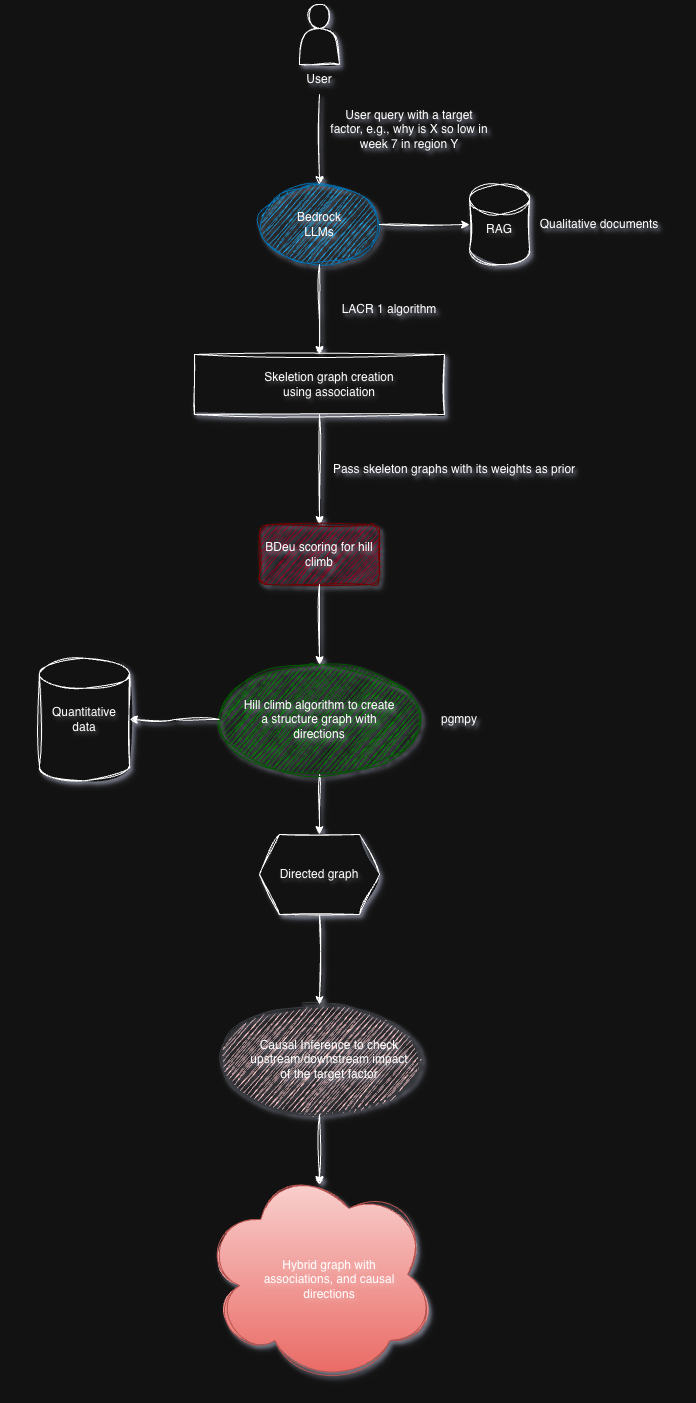
Earlier version of the draw.io export docs/causalif_flow_arch.png (awslabs/causalif). Source tidied: cells renumbered, new cells last; positions are measured from the earlier drawing's top-left corner, leaving out a move shared by most shapes.
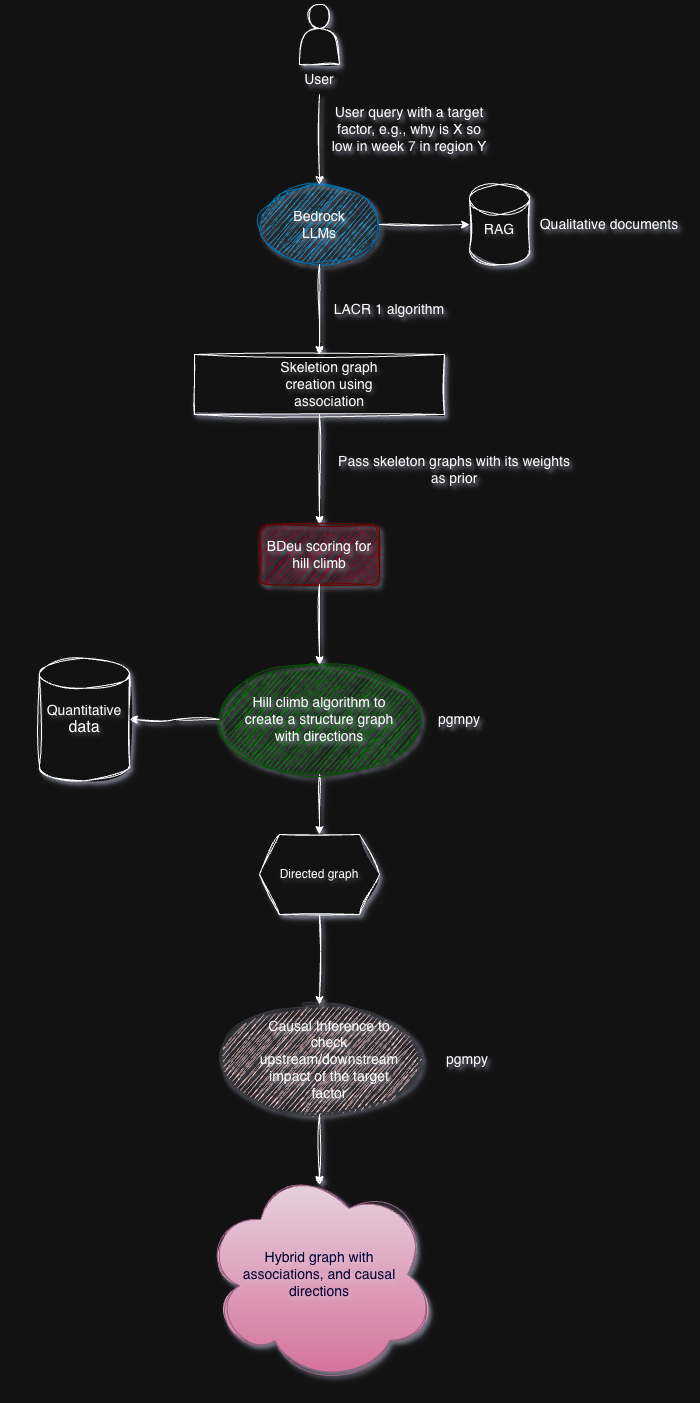
The same file after the commit.

The edit, as a diff of the source:
```diff
@@ -17,7 +17,7 @@
     <mxCell id="6" style="rounded=0;whiteSpace=wrap;html=1;textShadow=1;sketch=1;curveFitting=1;jiggle=2;shadow=1;" parent="1" vertex="1">
       <mxGeometry x="190" y="350" width="250" height="60" as="geometry" />
     </mxCell>
-    <mxCell id="7" value="Skeletion graph creation using association" style="text;html=1;whiteSpace=wrap;strokeColor=none;fillColor=none;align=center;verticalAlign=middle;rounded=0;textShadow=1;sketch=1;curveFitting=1;jiggle=2;shadow=1;" parent="1" vertex="1">
+    <mxCell id="7" value="&lt;font style=&quot;font-size: 14px;&quot;&gt;Skeletion graph creation using association&lt;/font&gt;" style="text;html=1;whiteSpace=wrap;strokeColor=none;fillColor=none;align=center;verticalAlign=middle;rounded=0;textShadow=1;sketch=1;curveFitting=1;jiggle=2;shadow=1;" parent="1" vertex="1">
       <mxGeometry x="255" y="365" width="140" height="30" as="geometry" />
     </mxCell>
     <mxCell id="8" style="shape=actor;whiteSpace=wrap;html=1;textShadow=1;sketch=1;curveFitting=1;jiggle=2;shadow=1;" parent="1" vertex="1">
@@ -28,7 +28,7 @@
         <mxPoint x="315" y="180" as="targetPoint" />
       </mxGeometry>
     </mxCell>
-    <mxCell id="10" value="User" style="text;html=1;whiteSpace=wrap;strokeColor=none;fillColor=none;align=center;verticalAlign=middle;rounded=0;textShadow=1;sketch=1;curveFitting=1;jiggle=2;shadow=1;" parent="1" vertex="1">
+    <mxCell id="10" value="&lt;font style=&quot;font-size: 14px;&quot;&gt;User&lt;/font&gt;" style="text;html=1;whiteSpace=wrap;strokeColor=none;fillColor=none;align=center;verticalAlign=middle;rounded=0;textShadow=1;sketch=1;curveFitting=1;jiggle=2;shadow=1;" parent="1" vertex="1">
       <mxGeometry x="285" y="60" width="60" height="30" as="geometry" />
     </mxCell>
     <mxCell id="11" style="edgeStyle=orthogonalEdgeStyle;rounded=0;jettySize=auto;html=1;entryX=0.5;entryY=0;entryDx=0;entryDy=0;textShadow=1;sketch=1;curveFitting=1;jiggle=2;shadow=1;" parent="1" edge="1" target="6">
@@ -36,19 +36,19 @@
         <mxPoint x="315" y="260" as="sourcePoint" />
       </mxGeometry>
     </mxCell>
-    <mxCell id="12" value="Bedrock LLMs" style="text;html=1;whiteSpace=wrap;strokeColor=none;fillColor=none;align=center;verticalAlign=middle;rounded=0;textShadow=1;sketch=1;curveFitting=1;jiggle=2;shadow=1;" parent="1" vertex="1">
+    <mxCell id="12" value="&lt;font style=&quot;font-size: 14px;&quot;&gt;Bedrock LLMs&lt;/font&gt;" style="text;html=1;whiteSpace=wrap;strokeColor=none;fillColor=none;align=center;verticalAlign=middle;rounded=0;textShadow=1;sketch=1;curveFitting=1;jiggle=2;shadow=1;" parent="1" vertex="1">
       <mxGeometry x="285" y="205" width="60" height="30" as="geometry" />
     </mxCell>
-    <mxCell id="13" value="LACR 1 algorithm" style="text;html=1;whiteSpace=wrap;strokeColor=none;fillColor=none;align=center;verticalAlign=middle;rounded=0;textShadow=1;sketch=1;curveFitting=1;jiggle=2;shadow=1;" parent="1" vertex="1">
+    <mxCell id="13" value="&lt;font style=&quot;font-size: 14px;&quot;&gt;LACR 1 algorithm&lt;/font&gt;" style="text;html=1;whiteSpace=wrap;strokeColor=none;fillColor=none;align=center;verticalAlign=middle;rounded=0;textShadow=1;sketch=1;curveFitting=1;jiggle=2;shadow=1;" parent="1" vertex="1">
       <mxGeometry x="305" y="290" width="160" height="30" as="geometry" />
     </mxCell>
     <mxCell id="14" style="edgeStyle=orthogonalEdgeStyle;rounded=0;jettySize=auto;html=1;entryX=0.5;entryY=0;entryDx=0;entryDy=0;textShadow=1;sketch=1;curveFitting=1;jiggle=2;shadow=1;" parent="1" edge="1" source="6" target="15">
       <mxGeometry relative="1" as="geometry" />
     </mxCell>
-    <mxCell id="15" value="BDeu scoring for hill climb" style="rounded=1;whiteSpace=wrap;html=1;textShadow=1;sketch=1;curveFitting=1;jiggle=2;shadow=1;fillColor=#a20025;fontColor=#ffffff;strokeColor=#6F0000;" parent="1" vertex="1">
+    <mxCell id="15" value="&lt;font style=&quot;font-size: 14px;&quot;&gt;BDeu scoring for hill climb&lt;/font&gt;" style="rounded=1;whiteSpace=wrap;html=1;textShadow=1;sketch=1;curveFitting=1;jiggle=2;shadow=1;fillColor=#a20025;fontColor=#ffffff;strokeColor=#6F0000;" parent="1" vertex="1">
       <mxGeometry x="255" y="520" width="120" height="60" as="geometry" />
     </mxCell>
-    <mxCell id="16" value="Pass skeleton graphs with its weights as prior" style="text;html=1;whiteSpace=wrap;strokeColor=none;fillColor=none;align=center;verticalAlign=middle;rounded=0;textShadow=1;sketch=1;curveFitting=1;jiggle=2;shadow=1;" parent="1" vertex="1">
+    <mxCell id="16" value="&lt;font style=&quot;font-size: 14px;&quot;&gt;Pass skeleton graphs with its weights as prior&lt;/font&gt;" style="text;html=1;whiteSpace=wrap;strokeColor=none;fillColor=none;align=center;verticalAlign=middle;rounded=0;textShadow=1;sketch=1;curveFitting=1;jiggle=2;shadow=1;" parent="1" vertex="1">
       <mxGeometry x="325" y="450" width="250" height="30" as="geometry" />
     </mxCell>
     <mxCell id="17" style="edgeStyle=orthogonalEdgeStyle;rounded=0;jettySize=auto;html=1;entryX=0.5;entryY=0;entryDx=0;entryDy=0;entryPerimeter=0;textShadow=1;sketch=1;curveFitting=1;jiggle=2;shadow=1;" parent="1" edge="1" source="15">
@@ -62,13 +62,13 @@
     <mxCell id="19" value="Directed graph" style="shape=hexagon;perimeter=hexagonPerimeter2;whiteSpace=wrap;html=1;fixedSize=1;textShadow=1;sketch=1;curveFitting=1;jiggle=2;shadow=1;" parent="1" vertex="1">
       <mxGeometry x="255" y="830" width="120" height="80" as="geometry" />
     </mxCell>
-    <mxCell id="20" style="ellipse;shape=cloud;whiteSpace=wrap;html=1;textShadow=1;sketch=1;curveFitting=1;jiggle=2;shadow=1;fillColor=#f8cecc;strokeColor=#b85450;gradientColor=#ea6b66;" parent="1" vertex="1">
+    <mxCell id="20" style="ellipse;shape=cloud;whiteSpace=wrap;html=1;textShadow=1;sketch=1;curveFitting=1;jiggle=2;shadow=1;fillColor=#e6d0de;strokeColor=#996185;gradientColor=#d5739d;" parent="1" vertex="1">
       <mxGeometry x="197.5" y="1160" width="235" height="220" as="geometry" />
     </mxCell>
-    <mxCell id="21" value="Causal Inference to check upstream/downstream impact of the target factor" style="text;html=1;whiteSpace=wrap;strokeColor=none;fillColor=none;align=center;verticalAlign=middle;rounded=0;textShadow=1;sketch=1;curveFitting=1;jiggle=2;shadow=1;" parent="1" vertex="1">
+    <mxCell id="21" value="&lt;font style=&quot;font-size: 14px;&quot;&gt;Causal Inference to check upstream/downstream impact of the target factor&lt;/font&gt;" style="text;html=1;whiteSpace=wrap;strokeColor=none;fillColor=none;align=center;verticalAlign=middle;rounded=0;textShadow=1;sketch=1;curveFitting=1;jiggle=2;shadow=1;" parent="1" vertex="1">
       <mxGeometry x="245" y="1040" width="160" height="30" as="geometry" />
     </mxCell>
-    <mxCell id="22" value="User query with a target factor, e.g., why is X so low in week 7 in region Y" style="text;html=1;whiteSpace=wrap;strokeColor=none;fillColor=none;align=center;verticalAlign=middle;rounded=0;textShadow=1;sketch=1;curveFitting=1;jiggle=2;shadow=1;" parent="1" vertex="1">
+    <mxCell id="22" value="&lt;font style=&quot;font-size: 14px;&quot;&gt;User query with a target factor, e.g., why is X so low in week 7 in region Y&lt;/font&gt;" style="text;html=1;whiteSpace=wrap;strokeColor=none;fillColor=none;align=center;verticalAlign=middle;rounded=0;textShadow=1;sketch=1;curveFitting=1;jiggle=2;shadow=1;" parent="1" vertex="1">
       <mxGeometry x="325" y="110" width="160" height="30" as="geometry" />
     </mxCell>
     <mxCell id="23" style="shape=cylinder3;whiteSpace=wrap;html=1;boundedLbl=1;backgroundOutline=1;size=15;textShadow=1;sketch=1;curveFitting=1;jiggle=2;shadow=1;" parent="1" vertex="1">
@@ -79,11 +79,11 @@
         <mxPoint x="375" y="220" as="sourcePoint" />
       </mxGeometry>
     </mxCell>
-    <mxCell id="25" value="RAG" style="text;html=1;whiteSpace=wrap;strokeColor=none;fillColor=none;align=center;verticalAlign=middle;rounded=0;textShadow=1;sketch=1;curveFitting=1;jiggle=2;shadow=1;" parent="1" vertex="1">
+    <mxCell id="25" value="&lt;font style=&quot;font-size: 14px;&quot;&gt;RAG&lt;/font&gt;" style="text;html=1;whiteSpace=wrap;strokeColor=none;fillColor=none;align=center;verticalAlign=middle;rounded=0;textShadow=1;sketch=1;curveFitting=1;jiggle=2;shadow=1;" parent="1" vertex="1">
       <mxGeometry x="465" y="210" width="60" height="30" as="geometry" />
     </mxCell>
-    <mxCell id="26" value="Qualitative documents" style="text;html=1;whiteSpace=wrap;strokeColor=none;fillColor=none;align=center;verticalAlign=middle;rounded=0;textShadow=1;sketch=1;curveFitting=1;jiggle=2;shadow=1;" parent="1" vertex="1">
-      <mxGeometry x="515" y="205" width="160" height="30" as="geometry" />
+    <mxCell id="26" value="&lt;font style=&quot;font-size: 14px;&quot;&gt;Qualitative documents&lt;/font&gt;" style="text;html=1;whiteSpace=wrap;strokeColor=none;fillColor=none;align=center;verticalAlign=middle;rounded=0;textShadow=1;shadow=0;" parent="1" vertex="1">
+      <mxGeometry x="525" y="205" width="160" height="30" as="geometry" />
     </mxCell>
     <mxCell id="27" style="shape=cylinder3;whiteSpace=wrap;html=1;boundedLbl=1;backgroundOutline=1;size=15;textShadow=1;sketch=1;curveFitting=1;jiggle=2;shadow=1;" parent="1" vertex="1">
       <mxGeometry x="35" y="653.8" width="90" height="122.5" as="geometry" />
@@ -93,20 +93,23 @@
         <mxPoint x="215" y="715" as="sourcePoint" />
       </mxGeometry>
     </mxCell>
-    <mxCell id="29" value="Hill climb algorithm to create a structure graph with directions" style="text;html=1;whiteSpace=wrap;strokeColor=none;fillColor=none;align=center;verticalAlign=middle;rounded=0;textShadow=1;sketch=1;curveFitting=1;jiggle=2;shadow=1;" parent="1" vertex="1">
+    <mxCell id="29" value="&lt;font style=&quot;font-size: 14px;&quot;&gt;Hill climb algorithm to create a structure graph with directions&lt;/font&gt;" style="text;html=1;whiteSpace=wrap;strokeColor=none;fillColor=none;align=center;verticalAlign=middle;rounded=0;textShadow=1;sketch=1;curveFitting=1;jiggle=2;shadow=1;" parent="1" vertex="1">
       <mxGeometry x="235" y="700" width="160" height="30" as="geometry" />
     </mxCell>
-    <mxCell id="30" value="pgmpy" style="text;html=1;whiteSpace=wrap;strokeColor=none;fillColor=none;align=center;verticalAlign=middle;rounded=0;textShadow=1;sketch=1;curveFitting=1;jiggle=2;shadow=1;" parent="1" vertex="1">
+    <mxCell id="30" value="&lt;font style=&quot;font-size: 14px;&quot;&gt;pgmpy&lt;/font&gt;" style="text;html=1;whiteSpace=wrap;strokeColor=none;fillColor=none;align=center;verticalAlign=middle;rounded=0;textShadow=1;sketch=1;curveFitting=1;jiggle=2;shadow=1;" parent="1" vertex="1">
       <mxGeometry x="425" y="700" width="60" height="30" as="geometry" />
     </mxCell>
-    <mxCell id="31" value="&lt;div&gt;Quantitative&lt;/div&gt;&lt;div&gt;data&lt;/div&gt;" style="text;html=1;whiteSpace=wrap;strokeColor=none;fillColor=none;align=center;verticalAlign=middle;rounded=0;textShadow=1;sketch=1;curveFitting=1;jiggle=2;shadow=1;" parent="1" vertex="1">
+    <mxCell id="31" value="&lt;div&gt;&lt;font style=&quot;font-size: 14px;&quot;&gt;Quantitative&lt;/font&gt;&lt;/div&gt;&lt;div&gt;&lt;font size=&quot;3&quot;&gt;data&lt;/font&gt;&lt;/div&gt;" style="text;html=1;whiteSpace=wrap;strokeColor=none;fillColor=none;align=center;verticalAlign=middle;rounded=0;textShadow=1;sketch=1;curveFitting=1;jiggle=2;shadow=1;" parent="1" vertex="1">
       <mxGeometry y="700" width="160" height="30" as="geometry" />
     </mxCell>
-    <mxCell id="32" value="Hybrid graph with associations, and causal directions" style="text;html=1;whiteSpace=wrap;strokeColor=none;fillColor=none;align=center;verticalAlign=middle;rounded=0;textShadow=1;sketch=1;curveFitting=1;jiggle=2;shadow=1;" parent="1" vertex="1">
-      <mxGeometry x="245" y="1260" width="160" height="30" as="geometry" />
+    <mxCell id="32" value="&lt;font style=&quot;font-size: 14px; color: rgb(0, 0, 51);&quot;&gt;Hybrid graph with associations, and causal directions&lt;/font&gt;" style="text;html=1;whiteSpace=wrap;strokeColor=none;fillColor=none;align=center;verticalAlign=middle;rounded=0;textShadow=1;sketch=1;curveFitting=1;jiggle=2;shadow=1;" parent="1" vertex="1">
+      <mxGeometry x="235" y="1247.5" width="160" height="45" as="geometry" />
     </mxCell>
     <mxCell id="33" style="edgeStyle=orthogonalEdgeStyle;rounded=0;jettySize=auto;html=1;entryX=0.5;entryY=0.091;entryDx=0;entryDy=0;entryPerimeter=0;sketch=1;curveFitting=1;jiggle=2;shadow=1;" parent="1" edge="1" source="2" target="20">
       <mxGeometry relative="1" as="geometry" />
     </mxCell>
+    <mxCell id="34" value="&lt;font style=&quot;font-size: 14px;&quot;&gt;pgmpy&lt;/font&gt;" style="text;html=1;whiteSpace=wrap;strokeColor=none;fillColor=none;align=center;verticalAlign=middle;rounded=0;textShadow=1;sketch=1;curveFitting=1;jiggle=2;shadow=1;" parent="1" vertex="1">
+      <mxGeometry x="432.5" y="1040" width="60" height="30" as="geometry" />
+    </mxCell>
   </root>
 </mxGraphModel>
```
